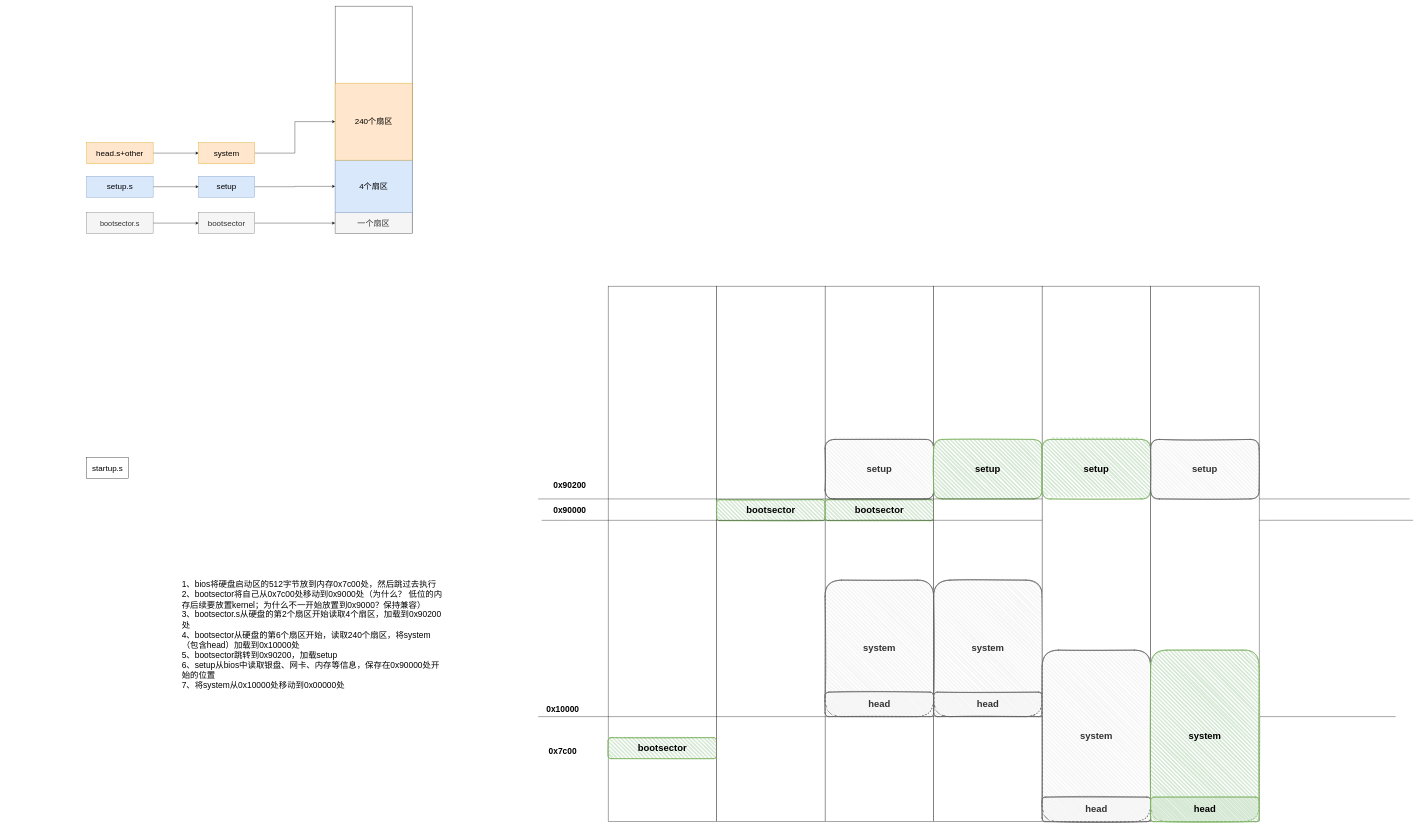
The draw.io diagram page "linux-0.11" (2 of 3) of grub源码阅读.drawio in wbzzx-bb/wb-linux, before the edit. Source tidied: cells renumbered, new cells numbered last; positions are measured from the earlier drawing's top-left corner, leaving out a move shared by most shapes. Both pictures are drawn from the tidied source at 35%, with x=0, y=0 at pixel (86, 6).
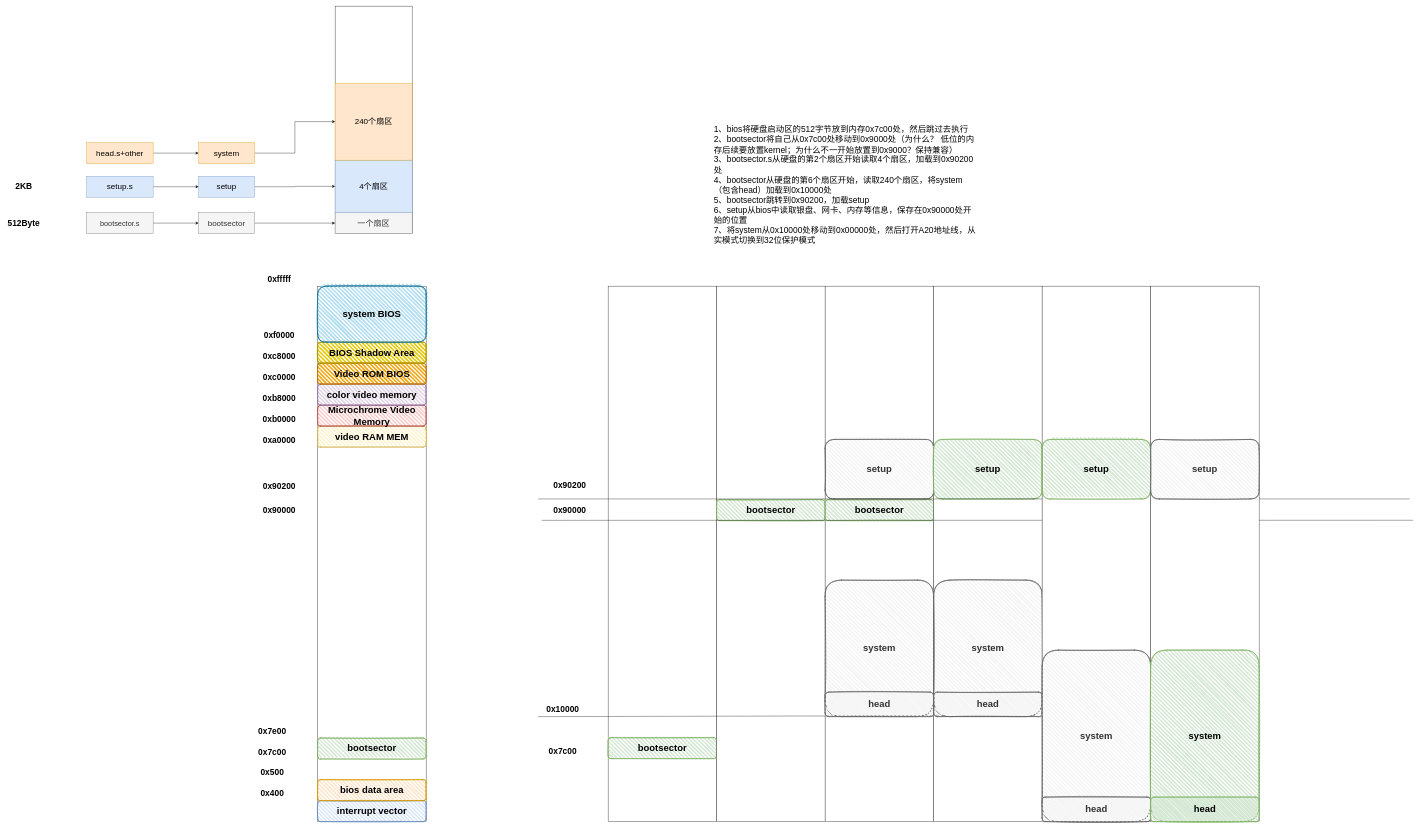
The same page after the edit.

Commit message:
更新grub源码阅读.drawio

Unchanged cells that the change refers to:
```xml
<mxCell id="21" value="&lt;b&gt;&lt;font style=&quot;font-size: 27px;&quot;&gt;head&lt;/font&gt;&lt;/b&gt;" style="rounded=1;whiteSpace=wrap;html=1;strokeWidth=2;fillWeight=4;hachureGap=8;hachureAngle=45;fillColor=#f5f5f5;sketch=1;strokeColor=#666666;fontColor=#333333;" parent="1" vertex="1">
  <mxGeometry x="2420" y="1960" width="310" height="70" as="geometry" />
</mxCell>
```

The edit, as a diff of the source:
```diff
@@
-    <mxCell id="8" value="1、bios将硬盘启动区的512字节放到内存0x7c00处，然后跳过去执行&lt;div&gt;&lt;span style=&quot;text-wrap-mode: wrap;&quot;&gt;2、bootsector将自己从0x7c00处移动到0x9000处（为什么？ 低位的内存后续要放置kernel；为什么不一开始放置到0x9000？保持兼容&lt;/span&gt;&lt;span style=&quot;color: light-dark(rgb(0, 0, 0), rgb(255, 255, 255)); text-wrap-mode: wrap; background-color: transparent;&quot;&gt;）&lt;/span&gt;&lt;/div&gt;&lt;div&gt;&lt;span style=&quot;text-wrap-mode: wrap;&quot;&gt;3、bootsector.s从硬盘的第2个扇区开始读取4个扇区，加载到0x90200处&lt;/span&gt;&lt;span style=&quot;color: light-dark(rgb(0, 0, 0), rgb(255, 255, 255)); text-wrap-mode: wrap; background-color: transparent;&quot;&gt;&lt;/span&gt;&lt;/div&gt;&lt;div&gt;4、bootsector从硬盘的第6个扇区开始，读取240个扇区，将system（包含head）加载到0x10000处&lt;span style=&quot;text-wrap-mode: wrap;&quot;&gt;&lt;/span&gt;&lt;/div&gt;&lt;div&gt;5、bootsector跳转到0x90200，加载setup&lt;/div&gt;&lt;div&gt;6、setup从bios中读取银盘、网卡、内存等信息，保存在0x90000处开始的位置&lt;/div&gt;&lt;div&gt;7、将system从0x10000处移动到0x00000处&lt;/div&gt;" style="text;strokeColor=none;fillColor=none;html=1;fontSize=24;fontStyle=0;verticalAlign=top;align=left;whiteSpace=wrap;spacingTop=2;spacingBottom=2;" parent="1" vertex="1">
-      <mxGeometry x="270" y="1630" width="760" height="330" as="geometry" />
+    <mxCell id="8" value="1、bios将硬盘启动区的512字节放到内存0x7c00处，然后跳过去执行&lt;div&gt;&lt;span style=&quot;text-wrap-mode: wrap;&quot;&gt;2、bootsector将自己从0x7c00处移动到0x9000处（为什么？ 低位的内存后续要放置kernel；为什么不一开始放置到0x9000？保持兼容&lt;/span&gt;&lt;span style=&quot;color: light-dark(rgb(0, 0, 0), rgb(255, 255, 255)); text-wrap-mode: wrap; background-color: transparent;&quot;&gt;）&lt;/span&gt;&lt;/div&gt;&lt;div&gt;&lt;span style=&quot;text-wrap-mode: wrap;&quot;&gt;3、bootsector.s从硬盘的第2个扇区开始读取4个扇区，加载到0x90200处&lt;/span&gt;&lt;span style=&quot;color: light-dark(rgb(0, 0, 0), rgb(255, 255, 255)); text-wrap-mode: wrap; background-color: transparent;&quot;&gt;&lt;/span&gt;&lt;/div&gt;&lt;div&gt;4、bootsector从硬盘的第6个扇区开始，读取240个扇区，将system（包含head）加载到0x10000处&lt;span style=&quot;text-wrap-mode: wrap;&quot;&gt;&lt;/span&gt;&lt;/div&gt;&lt;div&gt;5、bootsector跳转到0x90200，加载setup&lt;/div&gt;&lt;div&gt;6、setup从bios中读取银盘、网卡、内存等信息，保存在0x90000处开始的位置&lt;/div&gt;&lt;div&gt;7、将system从0x10000处移动到0x00000处，然后打开A20地址线，从实模式切换到32位保护模式&lt;/div&gt;" style="text;strokeColor=none;fillColor=none;html=1;fontSize=24;fontStyle=0;verticalAlign=top;align=left;whiteSpace=wrap;spacingTop=2;spacingBottom=2;" parent="1" vertex="1">
+      <mxGeometry x="1790" y="330" width="760" height="390" as="geometry" />
     </mxCell>
@@
-    <mxCell id="17" style="endArrow=none;html=1;rounded=0;" parent="1" edge="1">
+    <mxCell id="17" style="endArrow=none;html=1;rounded=0;entryX=0.045;entryY=0.962;entryDx=0;entryDy=0;entryPerimeter=0;" parent="1" edge="1" target="21">
       <mxGeometry relative="1" as="geometry">
         <mxPoint x="1290" y="2030" as="sourcePoint" />
-        <mxPoint x="3740" y="2030" as="targetPoint" />
       </mxGeometry>
     </mxCell>
@@
-    <mxCell id="34" value="&lt;font style=&quot;font-size: 23px;&quot;&gt;startup.s&lt;/font&gt;" style="rounded=0;whiteSpace=wrap;html=1;" parent="1" vertex="1">
-      <mxGeometry y="1290" width="120" height="60" as="geometry" />
-    </mxCell>
@@
+    <mxCell id="48" style="rounded=0;whiteSpace=wrap;html=1;" parent="1" vertex="1">
+      <mxGeometry x="660" y="801" width="310" height="1529" as="geometry" />
+    </mxCell>
+    <mxCell id="49" value="&lt;b&gt;&lt;font style=&quot;font-size: 27px;&quot;&gt;bootsector&lt;/font&gt;&lt;/b&gt;" style="rounded=1;whiteSpace=wrap;html=1;strokeWidth=2;fillWeight=4;hachureGap=8;hachureAngle=45;fillColor=#d5e8d4;sketch=1;strokeColor=#82b366;" parent="1" vertex="1">
+      <mxGeometry x="660" y="2091" width="310" height="60" as="geometry" />
+    </mxCell>
+    <mxCell id="50" value="0x7c00" style="text;strokeColor=none;fillColor=none;html=1;fontSize=24;fontStyle=1;verticalAlign=middle;align=center;" parent="1" vertex="1">
+      <mxGeometry x="480" y="2111" width="100" height="40" as="geometry" />
+    </mxCell>
+    <mxCell id="51" value="0x90000" style="text;strokeColor=none;fillColor=none;html=1;fontSize=24;fontStyle=1;verticalAlign=middle;align=center;" parent="1" vertex="1">
+      <mxGeometry x="500" y="1421" width="100" height="40" as="geometry" />
+    </mxCell>
+    <mxCell id="52" value="0x90200" style="text;strokeColor=none;fillColor=none;html=1;fontSize=24;fontStyle=1;verticalAlign=middle;align=center;" parent="1" vertex="1">
+      <mxGeometry x="500" y="1351" width="100" height="40" as="geometry" />
+    </mxCell>
+    <mxCell id="53" value="0x7e00" style="text;strokeColor=none;fillColor=none;html=1;fontSize=24;fontStyle=1;verticalAlign=middle;align=center;" parent="1" vertex="1">
+      <mxGeometry x="480" y="2051" width="100" height="40" as="geometry" />
+    </mxCell>
+    <mxCell id="54" value="&lt;b&gt;&lt;font style=&quot;font-size: 27px;&quot;&gt;interrupt vector&lt;/font&gt;&lt;/b&gt;" style="rounded=1;whiteSpace=wrap;html=1;strokeWidth=2;fillWeight=4;hachureGap=8;hachureAngle=45;fillColor=#dae8fc;sketch=1;strokeColor=#6c8ebf;" parent="1" vertex="1">
+      <mxGeometry x="660" y="2270" width="310" height="60" as="geometry" />
+    </mxCell>
+    <mxCell id="55" value="0x400" style="text;strokeColor=none;fillColor=none;html=1;fontSize=24;fontStyle=1;verticalAlign=middle;align=center;" parent="1" vertex="1">
+      <mxGeometry x="480" y="2230" width="100" height="40" as="geometry" />
+    </mxCell>
+    <mxCell id="56" value="&lt;b&gt;&lt;font style=&quot;font-size: 27px;&quot;&gt;bios data area&lt;/font&gt;&lt;/b&gt;" style="rounded=1;whiteSpace=wrap;html=1;strokeWidth=2;fillWeight=4;hachureGap=8;hachureAngle=45;fillColor=#ffe6cc;sketch=1;strokeColor=#d79b00;" parent="1" vertex="1">
+      <mxGeometry x="660" y="2210" width="310" height="60" as="geometry" />
+    </mxCell>
+    <mxCell id="57" value="0x500" style="text;strokeColor=none;fillColor=none;html=1;fontSize=24;fontStyle=1;verticalAlign=middle;align=center;" parent="1" vertex="1">
+      <mxGeometry x="480" y="2170" width="100" height="40" as="geometry" />
+    </mxCell>
+    <mxCell id="58" value="&lt;b&gt;&lt;font style=&quot;font-size: 27px;&quot;&gt;video RAM MEM&lt;/font&gt;&lt;/b&gt;" style="rounded=1;whiteSpace=wrap;html=1;strokeWidth=2;fillWeight=4;hachureGap=8;hachureAngle=45;fillColor=#fff2cc;sketch=1;strokeColor=#d6b656;" parent="1" vertex="1">
+      <mxGeometry x="660" y="1200" width="310" height="60" as="geometry" />
+    </mxCell>
+    <mxCell id="59" value="0xa0000" style="text;strokeColor=none;fillColor=none;html=1;fontSize=24;fontStyle=1;verticalAlign=middle;align=center;" parent="1" vertex="1">
+      <mxGeometry x="500" y="1220" width="100" height="40" as="geometry" />
+    </mxCell>
+    <mxCell id="60" value="&lt;b&gt;&lt;font style=&quot;font-size: 27px;&quot;&gt;Microchrome Video Memory&lt;/font&gt;&lt;/b&gt;" style="rounded=1;whiteSpace=wrap;html=1;strokeWidth=2;fillWeight=4;hachureGap=8;hachureAngle=45;fillColor=#f8cecc;sketch=1;strokeColor=#b85450;" parent="1" vertex="1">
+      <mxGeometry x="660" y="1140" width="310" height="60" as="geometry" />
+    </mxCell>
+    <mxCell id="61" value="&lt;b&gt;&lt;font style=&quot;font-size: 27px;&quot;&gt;color video memory&lt;/font&gt;&lt;/b&gt;" style="rounded=1;whiteSpace=wrap;html=1;strokeWidth=2;fillWeight=4;hachureGap=8;hachureAngle=45;fillColor=#e1d5e7;sketch=1;strokeColor=#9673a6;" parent="1" vertex="1">
+      <mxGeometry x="660" y="1080" width="310" height="60" as="geometry" />
+    </mxCell>
+    <mxCell id="62" value="0xb0000" style="text;strokeColor=none;fillColor=none;html=1;fontSize=24;fontStyle=1;verticalAlign=middle;align=center;" parent="1" vertex="1">
+      <mxGeometry x="500" y="1160" width="100" height="40" as="geometry" />
+    </mxCell>
+    <mxCell id="63" value="0xb8000" style="text;strokeColor=none;fillColor=none;html=1;fontSize=24;fontStyle=1;verticalAlign=middle;align=center;" parent="1" vertex="1">
+      <mxGeometry x="500" y="1100" width="100" height="40" as="geometry" />
+    </mxCell>
+    <mxCell id="64" value="&lt;b&gt;&lt;font style=&quot;font-size: 27px;&quot;&gt;Video ROM BIOS&lt;/font&gt;&lt;/b&gt;" style="rounded=1;whiteSpace=wrap;html=1;strokeWidth=2;fillWeight=4;hachureGap=8;hachureAngle=45;fillColor=#f0a30a;sketch=1;strokeColor=#BD7000;fontColor=#000000;" parent="1" vertex="1">
+      <mxGeometry x="660" y="1020" width="310" height="60" as="geometry" />
+    </mxCell>
+    <mxCell id="65" value="0xc0000" style="text;strokeColor=none;fillColor=none;html=1;fontSize=24;fontStyle=1;verticalAlign=middle;align=center;" parent="1" vertex="1">
+      <mxGeometry x="500" y="1040" width="100" height="40" as="geometry" />
+    </mxCell>
+    <mxCell id="66" value="&lt;b&gt;&lt;font style=&quot;font-size: 27px;&quot;&gt;BIOS Shadow Area&lt;/font&gt;&lt;/b&gt;" style="rounded=1;whiteSpace=wrap;html=1;strokeWidth=2;fillWeight=4;hachureGap=8;hachureAngle=45;fillColor=#e3c800;sketch=1;strokeColor=#B09500;fontColor=#000000;" parent="1" vertex="1">
+      <mxGeometry x="660" y="960" width="310" height="60" as="geometry" />
+    </mxCell>
+    <mxCell id="67" value="0xc8000" style="text;strokeColor=none;fillColor=none;html=1;fontSize=24;fontStyle=1;verticalAlign=middle;align=center;" parent="1" vertex="1">
+      <mxGeometry x="500" y="980" width="100" height="40" as="geometry" />
+    </mxCell>
+    <mxCell id="68" value="0xf0000" style="text;strokeColor=none;fillColor=none;html=1;fontSize=24;fontStyle=1;verticalAlign=middle;align=center;" parent="1" vertex="1">
+      <mxGeometry x="500" y="920" width="100" height="40" as="geometry" />
+    </mxCell>
+    <mxCell id="69" value="&lt;b&gt;&lt;font style=&quot;font-size: 27px;&quot;&gt;system BIOS&lt;/font&gt;&lt;/b&gt;" style="rounded=1;whiteSpace=wrap;html=1;strokeWidth=2;fillWeight=4;hachureGap=8;hachureAngle=45;fillColor=#b1ddf0;sketch=1;strokeColor=#10739e;" parent="1" vertex="1">
+      <mxGeometry x="660" y="800" width="310" height="160" as="geometry" />
+    </mxCell>
+    <mxCell id="70" value="0xfffff" style="text;strokeColor=none;fillColor=none;html=1;fontSize=24;fontStyle=1;verticalAlign=middle;align=center;" parent="1" vertex="1">
+      <mxGeometry x="500" y="761" width="100" height="40" as="geometry" />
+    </mxCell>
+    <mxCell id="71" value="512Byte" style="text;strokeColor=none;fillColor=none;html=1;fontSize=24;fontStyle=1;verticalAlign=middle;align=center;" parent="1" vertex="1">
+      <mxGeometry x="-230" y="600" width="100" height="40" as="geometry" />
+    </mxCell>
+    <mxCell id="72" value="2KB" style="text;strokeColor=none;fillColor=none;html=1;fontSize=24;fontStyle=1;verticalAlign=middle;align=center;" parent="1" vertex="1">
+      <mxGeometry x="-230" y="495" width="100" height="40" as="geometry" />
+    </mxCell>
```
